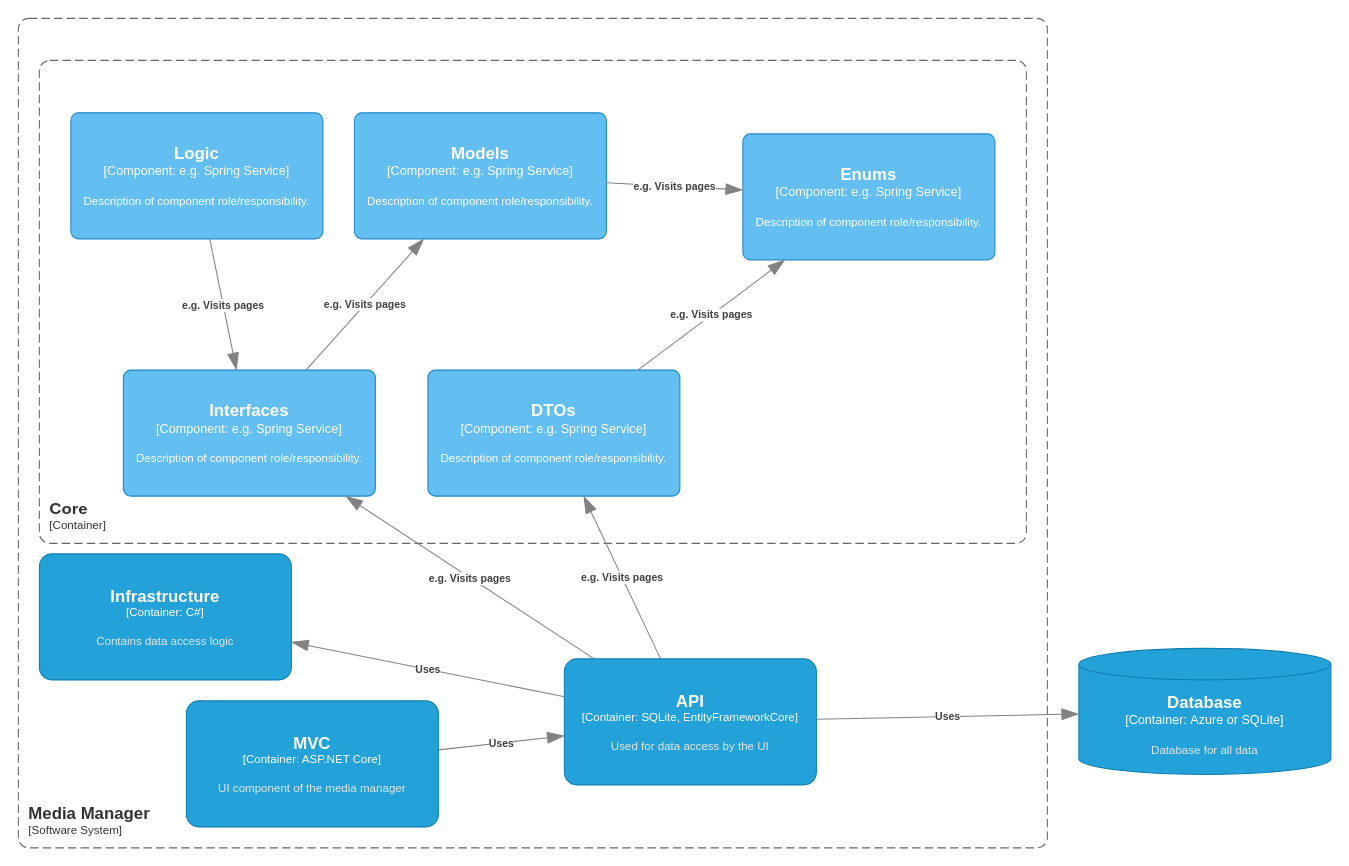
Before: page "Core Component" (3 of 6) of MediaManagerDiagrams.drawio in TheDragonMuncher/Mediafolio, a draw.io diagram. Source tidied: cells renumbered, new cells numbered last; positions are measured from the earlier drawing's top-left corner, leaving out a move shared by most shapes. Both pictures are drawn from the tidied source at 105%, with x=0, y=0 at pixel (18, 18).
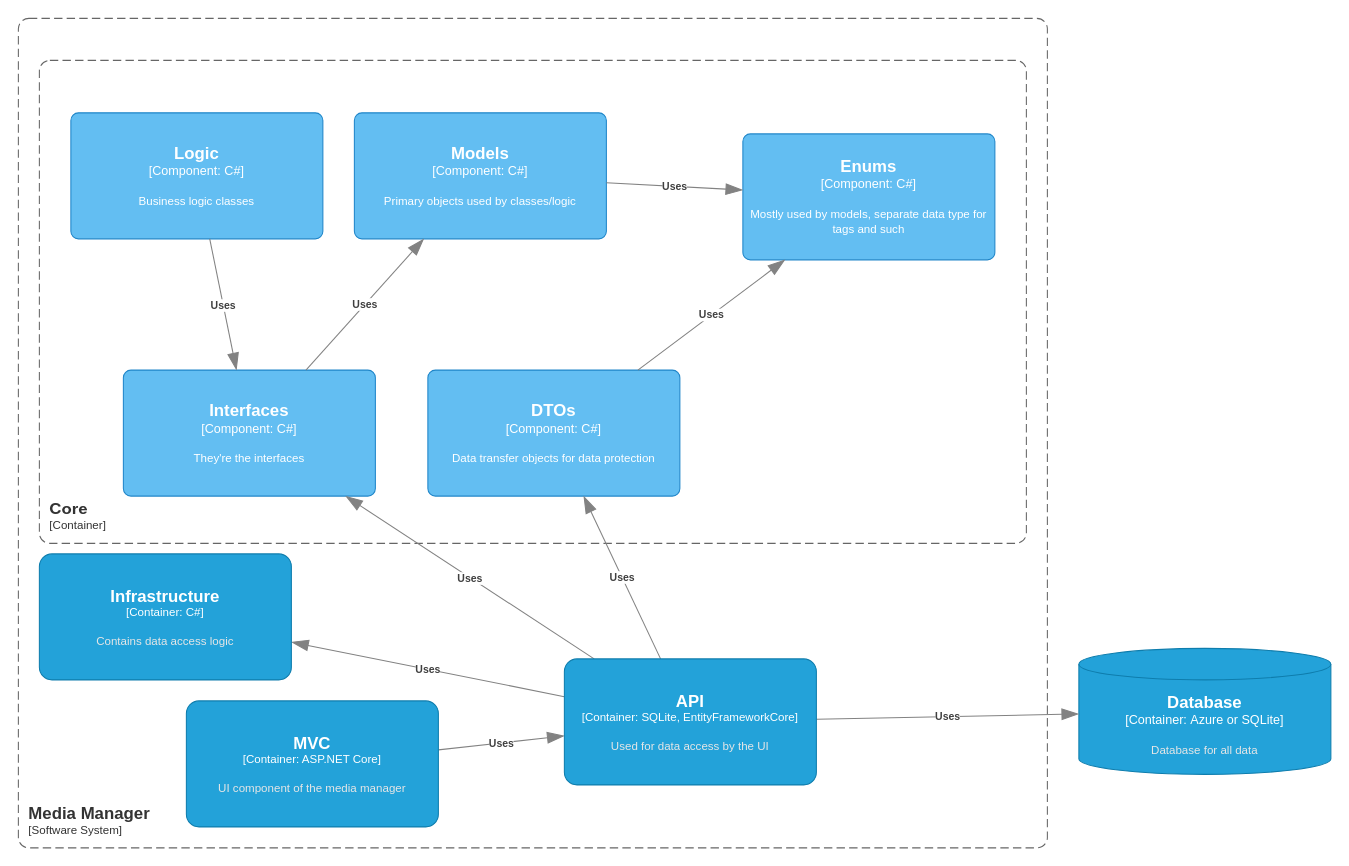
The same diagram, later.

Commit message (it also covers changes not shown here):
create infrastructure component diagram

The change refers to these unchanged cells:
```xml
<object id="20" label="&lt;font style=&quot;font-size: 16px&quot;&gt;&lt;b&gt;%c4Name%&lt;/b&gt;&lt;/font&gt;&lt;div&gt;[%c4Type%: %c4Technology%]&lt;/div&gt;&lt;br&gt;&lt;div&gt;&lt;font style=&quot;font-size: 11px&quot;&gt;&lt;font color=&quot;#E6E6E6&quot;&gt;%c4Description%&lt;/font&gt;&lt;/div&gt;" c4Description="Used for data access by the UI" c4Name="API" c4Technology="SQLite, EntityFrameworkCore" c4Type="Container" placeholders="1">
  <mxCell style="rounded=1;whiteSpace=wrap;html=1;fontSize=11;labelBackgroundColor=none;fillColor=#23A2D9;fontColor=#ffffff;align=center;arcSize=10;strokeColor=#0E7DAD;points=[[0.25,0,0],[0.5,0,0],[0.75,0,0],[1,0.25,0],[1,0.5,0],[1,0.75,0],[0.75,1,0],[0.5,1,0],[0.25,1,0],[0,0.75,0],[0,0.5,0],[0,0.25,0]];" parent="1" vertex="1">
    <mxGeometry x="520" y="610" width="240" height="120" as="geometry" />
  </mxCell>
</object>
```

Change to the diagram source:
```diff
@@
-    <object id="8" label="&lt;font style=&quot;font-size: 16px&quot;&gt;&lt;b&gt;%c4Name%&lt;/b&gt;&lt;/font&gt;&lt;div&gt;[%c4Type%: %c4Technology%]&lt;/div&gt;&lt;br&gt;&lt;div&gt;&lt;font style=&quot;font-size: 11px&quot;&gt;%c4Description%&lt;/font&gt;&lt;/div&gt;" c4Description="Description of component role/responsibility." c4Name="Models" c4Technology="e.g. Spring Service" c4Type="Component" placeholders="1">
+    <object id="8" label="&lt;font style=&quot;font-size: 16px&quot;&gt;&lt;b&gt;%c4Name%&lt;/b&gt;&lt;/font&gt;&lt;div&gt;[%c4Type%: %c4Technology%]&lt;/div&gt;&lt;br&gt;&lt;div&gt;&lt;font style=&quot;font-size: 11px&quot;&gt;%c4Description%&lt;/font&gt;&lt;/div&gt;" c4Description="Primary objects used by classes/logic" c4Name="Models" c4Technology="C#" c4Type="Component" placeholders="1">
       <mxCell style="rounded=1;whiteSpace=wrap;html=1;labelBackgroundColor=none;fillColor=#63BEF2;fontColor=#ffffff;align=center;arcSize=6;strokeColor=#2086C9;points=[[0.25,0,0],[0.5,0,0],[0.75,0,0],[1,0.25,0],[1,0.5,0],[1,0.75,0],[0.75,1,0],[0.5,1,0],[0.25,1,0],[0,0.75,0],[0,0.5,0],[0,0.25,0]];" parent="1" vertex="1">
         <mxGeometry x="320" y="90" width="240" height="120" as="geometry" />
       </mxCell>
     </object>
-    <object id="9" label="&lt;font style=&quot;font-size: 16px&quot;&gt;&lt;b&gt;%c4Name%&lt;/b&gt;&lt;/font&gt;&lt;div&gt;[%c4Type%: %c4Technology%]&lt;/div&gt;&lt;br&gt;&lt;div&gt;&lt;font style=&quot;font-size: 11px&quot;&gt;%c4Description%&lt;/font&gt;&lt;/div&gt;" c4Description="Description of component role/responsibility." c4Name="Interfaces" c4Technology="e.g. Spring Service" c4Type="Component" placeholders="1">
+    <object id="9" label="&lt;font style=&quot;font-size: 16px&quot;&gt;&lt;b&gt;%c4Name%&lt;/b&gt;&lt;/font&gt;&lt;div&gt;[%c4Type%: %c4Technology%]&lt;/div&gt;&lt;br&gt;&lt;div&gt;&lt;font style=&quot;font-size: 11px&quot;&gt;%c4Description%&lt;/font&gt;&lt;/div&gt;" c4Description="They're the interfaces" c4Name="Interfaces" c4Technology="C#" c4Type="Component" placeholders="1">
       <mxCell style="rounded=1;whiteSpace=wrap;html=1;labelBackgroundColor=none;fillColor=#63BEF2;fontColor=#ffffff;align=center;arcSize=6;strokeColor=#2086C9;points=[[0.25,0,0],[0.5,0,0],[0.75,0,0],[1,0.25,0],[1,0.5,0],[1,0.75,0],[0.75,1,0],[0.5,1,0],[0.25,1,0],[0,0.75,0],[0,0.5,0],[0,0.25,0]];" parent="1" vertex="1">
         <mxGeometry x="100" y="335" width="240" height="120" as="geometry" />
       </mxCell>
     </object>
-    <object id="10" label="&lt;font style=&quot;font-size: 16px&quot;&gt;&lt;b&gt;%c4Name%&lt;/b&gt;&lt;/font&gt;&lt;div&gt;[%c4Type%: %c4Technology%]&lt;/div&gt;&lt;br&gt;&lt;div&gt;&lt;font style=&quot;font-size: 11px&quot;&gt;%c4Description%&lt;/font&gt;&lt;/div&gt;" c4Description="Description of component role/responsibility." c4Name="DTOs" c4Technology="e.g. Spring Service" c4Type="Component" placeholders="1">
+    <object id="10" label="&lt;font style=&quot;font-size: 16px&quot;&gt;&lt;b&gt;%c4Name%&lt;/b&gt;&lt;/font&gt;&lt;div&gt;[%c4Type%: %c4Technology%]&lt;/div&gt;&lt;br&gt;&lt;div&gt;&lt;font style=&quot;font-size: 11px&quot;&gt;%c4Description%&lt;/font&gt;&lt;/div&gt;" c4Description="Data transfer objects for data protection" c4Name="DTOs" c4Technology="C#" c4Type="Component" placeholders="1">
       <mxCell style="rounded=1;whiteSpace=wrap;html=1;labelBackgroundColor=none;fillColor=#63BEF2;fontColor=#ffffff;align=center;arcSize=6;strokeColor=#2086C9;points=[[0.25,0,0],[0.5,0,0],[0.75,0,0],[1,0.25,0],[1,0.5,0],[1,0.75,0],[0.75,1,0],[0.5,1,0],[0.25,1,0],[0,0.75,0],[0,0.5,0],[0,0.25,0]];" parent="1" vertex="1">
         <mxGeometry x="390" y="335" width="240" height="120" as="geometry" />
       </mxCell>
     </object>
-    <object id="11" label="&lt;font style=&quot;font-size: 16px&quot;&gt;&lt;b&gt;%c4Name%&lt;/b&gt;&lt;/font&gt;&lt;div&gt;[%c4Type%: %c4Technology%]&lt;/div&gt;&lt;br&gt;&lt;div&gt;&lt;font style=&quot;font-size: 11px&quot;&gt;%c4Description%&lt;/font&gt;&lt;/div&gt;" c4Description="Description of component role/responsibility." c4Name="Enums" c4Technology="e.g. Spring Service" c4Type="Component" placeholders="1">
+    <object id="11" label="&lt;font style=&quot;font-size: 16px&quot;&gt;&lt;b&gt;%c4Name%&lt;/b&gt;&lt;/font&gt;&lt;div&gt;[%c4Type%: %c4Technology%]&lt;/div&gt;&lt;br&gt;&lt;div&gt;&lt;font style=&quot;font-size: 11px&quot;&gt;%c4Description%&lt;/font&gt;&lt;/div&gt;" c4Description="Mostly used by models, separate data type for tags and such" c4Name="Enums" c4Technology="C#" c4Type="Component" placeholders="1">
       <mxCell style="rounded=1;whiteSpace=wrap;html=1;labelBackgroundColor=none;fillColor=#63BEF2;fontColor=#ffffff;align=center;arcSize=6;strokeColor=#2086C9;points=[[0.25,0,0],[0.5,0,0],[0.75,0,0],[1,0.25,0],[1,0.5,0],[1,0.75,0],[0.75,1,0],[0.5,1,0],[0.25,1,0],[0,0.75,0],[0,0.5,0],[0,0.25,0]];" parent="1" vertex="1">
         <mxGeometry x="690" y="110" width="240" height="120" as="geometry" />
       </mxCell>
     </object>
-    <object id="12" label="&lt;font style=&quot;font-size: 16px&quot;&gt;&lt;b&gt;%c4Name%&lt;/b&gt;&lt;/font&gt;&lt;div&gt;[%c4Type%: %c4Technology%]&lt;/div&gt;&lt;br&gt;&lt;div&gt;&lt;font style=&quot;font-size: 11px&quot;&gt;%c4Description%&lt;/font&gt;&lt;/div&gt;" c4Description="Description of component role/responsibility." c4Name="Logic" c4Technology="e.g. Spring Service" c4Type="Component" placeholders="1">
+    <object id="12" label="&lt;font style=&quot;font-size: 16px&quot;&gt;&lt;b&gt;%c4Name%&lt;/b&gt;&lt;/font&gt;&lt;div&gt;[%c4Type%: %c4Technology%]&lt;/div&gt;&lt;br&gt;&lt;div&gt;&lt;font style=&quot;font-size: 11px&quot;&gt;%c4Description%&lt;/font&gt;&lt;/div&gt;" c4Description="Business logic classes" c4Name="Logic" c4Technology="C#" c4Type="Component" placeholders="1">
       <mxCell style="rounded=1;whiteSpace=wrap;html=1;labelBackgroundColor=none;fillColor=#63BEF2;fontColor=#ffffff;align=center;arcSize=6;strokeColor=#2086C9;points=[[0.25,0,0],[0.5,0,0],[0.75,0,0],[1,0.25,0],[1,0.5,0],[1,0.75,0],[0.75,1,0],[0.5,1,0],[0.25,1,0],[0,0.75,0],[0,0.5,0],[0,0.25,0]];" parent="1" vertex="1">
         <mxGeometry x="50" y="90" width="240" height="120" as="geometry" />
       </mxCell>
     </object>
-    <object id="13" label="&lt;div style=&quot;text-align: left&quot;&gt;&lt;div style=&quot;text-align: center&quot;&gt;&lt;b&gt;%c4Description%&lt;/b&gt;&lt;/div&gt;" c4Description="e.g. Visits pages" placeholders="1">
+    <object id="13" label="&lt;div style=&quot;text-align: left&quot;&gt;&lt;div style=&quot;text-align: center&quot;&gt;&lt;b&gt;%c4Description%&lt;/b&gt;&lt;/div&gt;" c4Description="Uses" placeholders="1">
       <mxCell style="endArrow=blockThin;html=1;fontSize=10;fontColor=#404040;strokeWidth=1;endFill=1;strokeColor=#828282;elbow=vertical;endSize=14;startSize=14;jumpStyle=arc;jumpSize=16;rounded=0;" parent="1" edge="1" source="12" target="9">
         <mxGeometry relative="1" as="geometry" />
       </mxCell>
     </object>
-    <object id="14" label="&lt;div style=&quot;text-align: left&quot;&gt;&lt;div style=&quot;text-align: center&quot;&gt;&lt;b&gt;%c4Description%&lt;/b&gt;&lt;/div&gt;" c4Description="e.g. Visits pages" placeholders="1">
+    <object id="14" label="&lt;div style=&quot;text-align: left&quot;&gt;&lt;div style=&quot;text-align: center&quot;&gt;&lt;b&gt;%c4Description%&lt;/b&gt;&lt;/div&gt;" c4Description="Uses" placeholders="1">
       <mxCell style="endArrow=blockThin;html=1;fontSize=10;fontColor=#404040;strokeWidth=1;endFill=1;strokeColor=#828282;elbow=vertical;endSize=14;startSize=14;jumpStyle=arc;jumpSize=16;rounded=0;" parent="1" edge="1" source="9" target="8">
         <mxGeometry relative="1" as="geometry" />
       </mxCell>
     </object>
-    <object id="15" label="&lt;div style=&quot;text-align: left&quot;&gt;&lt;div style=&quot;text-align: center&quot;&gt;&lt;b&gt;%c4Description%&lt;/b&gt;&lt;/div&gt;" c4Description="e.g. Visits pages" placeholders="1">
+    <object id="15" label="&lt;div style=&quot;text-align: left&quot;&gt;&lt;div style=&quot;text-align: center&quot;&gt;&lt;b&gt;%c4Description%&lt;/b&gt;&lt;/div&gt;" c4Description="Uses" placeholders="1">
       <mxCell style="endArrow=blockThin;html=1;fontSize=10;fontColor=#404040;strokeWidth=1;endFill=1;strokeColor=#828282;elbow=vertical;endSize=14;startSize=14;jumpStyle=arc;jumpSize=16;rounded=0;" parent="1" edge="1" source="8" target="11">
         <mxGeometry relative="1" as="geometry" />
       </mxCell>
     </object>
-    <object id="16" label="&lt;div style=&quot;text-align: left&quot;&gt;&lt;div style=&quot;text-align: center&quot;&gt;&lt;b&gt;%c4Description%&lt;/b&gt;&lt;/div&gt;" c4Description="e.g. Visits pages" placeholders="1">
+    <object id="16" label="&lt;div style=&quot;text-align: left&quot;&gt;&lt;div style=&quot;text-align: center&quot;&gt;&lt;b&gt;%c4Description%&lt;/b&gt;&lt;/div&gt;" c4Description="Uses" placeholders="1">
       <mxCell style="endArrow=blockThin;html=1;fontSize=10;fontColor=#404040;strokeWidth=1;endFill=1;strokeColor=#828282;elbow=vertical;endSize=14;startSize=14;jumpStyle=arc;jumpSize=16;rounded=0;" parent="1" edge="1" source="10" target="11">
         <mxGeometry relative="1" as="geometry" />
       </mxCell>
     </object>
-    <object id="17" label="&lt;div style=&quot;text-align: left&quot;&gt;&lt;div style=&quot;text-align: center&quot;&gt;&lt;b&gt;%c4Description%&lt;/b&gt;&lt;/div&gt;" c4Description="e.g. Visits pages" placeholders="1">
+    <object id="17" label="&lt;div style=&quot;text-align: left&quot;&gt;&lt;div style=&quot;text-align: center&quot;&gt;&lt;b&gt;%c4Description%&lt;/b&gt;&lt;/div&gt;" c4Description="Uses" placeholders="1">
       <mxCell style="endArrow=blockThin;html=1;fontSize=10;fontColor=#404040;strokeWidth=1;endFill=1;strokeColor=#828282;elbow=vertical;endSize=14;startSize=14;jumpStyle=arc;jumpSize=16;rounded=0;" parent="1" edge="1" source="20" target="9">
         <mxGeometry relative="1" as="geometry" />
       </mxCell>
     </object>
-    <object id="18" label="&lt;div style=&quot;text-align: left&quot;&gt;&lt;div style=&quot;text-align: center&quot;&gt;&lt;b&gt;%c4Description%&lt;/b&gt;&lt;/div&gt;" c4Description="e.g. Visits pages" placeholders="1">
+    <object id="18" label="&lt;div style=&quot;text-align: left&quot;&gt;&lt;div style=&quot;text-align: center&quot;&gt;&lt;b&gt;%c4Description%&lt;/b&gt;&lt;/div&gt;" c4Description="Uses" placeholders="1">
       <mxCell style="endArrow=blockThin;html=1;fontSize=10;fontColor=#404040;strokeWidth=1;endFill=1;strokeColor=#828282;elbow=vertical;endSize=14;startSize=14;jumpStyle=arc;jumpSize=16;rounded=0;" parent="1" edge="1" source="20" target="10">
         <mxGeometry relative="1" as="geometry" />
       </mxCell>
     </object>
```
